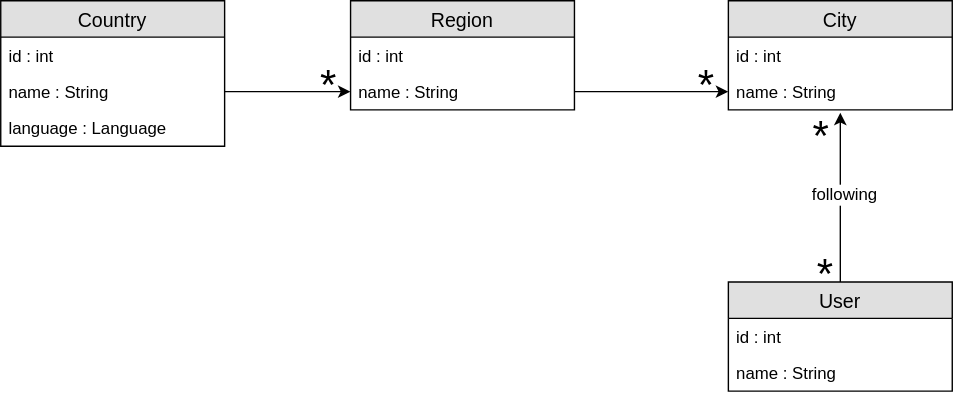
Before: formation/diagrams/renault-digital-2020-formation-java-23-24-25-mars-2020.svg, a diagram exported from draw.io (simplonco/renault-digital-2020). Source tidied: cells renumbered, new cells last; positions are measured from the earlier drawing's top-left corner, leaving out a move shared by most shapes. Its diagram source:
```xml
<mxGraphModel>
  <root>
    <mxCell id="0" />
    <mxCell id="1" parent="0" />
    <mxCell id="2" value="Country" style="swimlane;fontStyle=0;horizontal=1;startSize=26;fillColor=#e0e0e0;swimlaneFillColor=#ffffff;align=center;fontSize=14;" parent="1" vertex="1">
      <mxGeometry width="160" height="104" as="geometry" />
    </mxCell>
    <mxCell id="3" value="id : int&#10;" style="text;strokeColor=none;fillColor=none;spacingLeft=4;spacingRight=4;overflow=hidden;fontSize=12;" parent="2" vertex="1">
      <mxGeometry y="26" width="160" height="26" as="geometry" />
    </mxCell>
    <mxCell id="4" value="name : String&#10;" style="text;strokeColor=none;fillColor=none;spacingLeft=4;spacingRight=4;overflow=hidden;points=[[0,0.5],[1,0.5]];portConstraint=eastwest;fontSize=12;" parent="2" vertex="1">
      <mxGeometry y="52" width="160" height="26" as="geometry" />
    </mxCell>
    <mxCell id="5" value="language : Language&#10;" style="text;strokeColor=none;fillColor=none;spacingLeft=4;spacingRight=4;overflow=hidden;fontSize=12;" parent="2" vertex="1">
      <mxGeometry y="78" width="160" height="26" as="geometry" />
    </mxCell>
    <mxCell id="6" style="edgeStyle=orthogonalEdgeStyle;rounded=0;jettySize=auto;html=1;exitX=1;exitY=0.5;exitDx=0;exitDy=0;entryX=0;entryY=0.5;entryDx=0;entryDy=0;" parent="1" edge="1" source="4" target="12">
      <mxGeometry relative="1" as="geometry" />
    </mxCell>
    <mxCell id="7" value="&lt;div style=&quot;font-size: 30px&quot;&gt;&lt;font style=&quot;font-size: 30px&quot;&gt;*&lt;/font&gt;&lt;/div&gt;" style="text;html=1;align=center;verticalAlign=middle;labelBackgroundColor=none;" parent="6" vertex="1">
      <mxGeometry x="0.72" y="-2" relative="1" as="geometry">
        <mxPoint x="-5" y="-8" as="offset" />
      </mxGeometry>
    </mxCell>
    <mxCell id="8" value="&lt;div style=&quot;font-size: 30px&quot;&gt;&lt;font style=&quot;font-size: 30px&quot;&gt;*&lt;/font&gt;&lt;/div&gt;" style="text;html=1;align=center;verticalAlign=middle;labelBackgroundColor=none;" parent="1" vertex="1">
      <mxGeometry x="505" y="66" as="geometry">
        <mxPoint x="-2" y="-7" as="offset" />
      </mxGeometry>
    </mxCell>
    <mxCell id="9" style="edgeStyle=orthogonalEdgeStyle;rounded=0;jettySize=auto;html=1;entryX=0;entryY=0.5;entryDx=0;entryDy=0;exitX=1;exitY=0.5;exitDx=0;exitDy=0;" parent="1" edge="1" source="12" target="15">
      <mxGeometry relative="1" as="geometry" />
    </mxCell>
    <mxCell id="10" value="Region" style="swimlane;fontStyle=0;horizontal=1;startSize=26;fillColor=#e0e0e0;swimlaneFillColor=#ffffff;align=center;fontSize=14;" parent="1" vertex="1">
      <mxGeometry x="250" width="160" height="78" as="geometry" />
    </mxCell>
    <mxCell id="11" value="id : int" style="text;strokeColor=none;fillColor=none;spacingLeft=4;spacingRight=4;overflow=hidden;fontSize=12;" parent="10" vertex="1">
      <mxGeometry y="26" width="160" height="26" as="geometry" />
    </mxCell>
    <mxCell id="12" value="name : String" style="text;strokeColor=none;fillColor=none;spacingLeft=4;spacingRight=4;overflow=hidden;points=[[0,0.5],[1,0.5]];portConstraint=eastwest;fontSize=12;" parent="10" vertex="1">
      <mxGeometry y="52" width="160" height="26" as="geometry" />
    </mxCell>
    <mxCell id="13" value="City" style="swimlane;fontStyle=0;horizontal=1;startSize=26;fillColor=#e0e0e0;swimlaneFillColor=#ffffff;align=center;fontSize=14;" parent="1" vertex="1">
      <mxGeometry x="520" width="160" height="78" as="geometry" />
    </mxCell>
    <mxCell id="14" value="id : int&#10;" style="text;strokeColor=none;fillColor=none;spacingLeft=4;spacingRight=4;overflow=hidden;fontSize=12;" parent="13" vertex="1">
      <mxGeometry y="26" width="160" height="26" as="geometry" />
    </mxCell>
    <mxCell id="15" value="name : String" style="text;strokeColor=none;fillColor=none;spacingLeft=4;spacingRight=4;overflow=hidden;points=[[0,0.5],[1,0.5]];portConstraint=eastwest;fontSize=12;" parent="13" vertex="1">
      <mxGeometry y="52" width="160" height="26" as="geometry" />
    </mxCell>
    <mxCell id="16" style="edgeStyle=orthogonalEdgeStyle;rounded=0;jettySize=auto;html=1;" parent="1" edge="1" source="18">
      <mxGeometry relative="1" as="geometry">
        <mxPoint x="600" y="80" as="targetPoint" />
      </mxGeometry>
    </mxCell>
    <mxCell id="17" value="&lt;font style=&quot;font-size: 12px&quot;&gt;following&lt;/font&gt;" style="text;html=1;align=center;verticalAlign=middle;labelBackgroundColor=#ffffff;" parent="16" vertex="1">
      <mxGeometry x="0.24" y="-3" relative="1" as="geometry">
        <mxPoint x="-1" y="12" as="offset" />
      </mxGeometry>
    </mxCell>
    <mxCell id="18" value="User" style="swimlane;fontStyle=0;horizontal=1;startSize=26;fillColor=#e0e0e0;swimlaneFillColor=#ffffff;align=center;fontSize=14;" parent="1" vertex="1">
      <mxGeometry x="520" y="201" width="160" height="78" as="geometry" />
    </mxCell>
    <mxCell id="19" value="id : int&#10;" style="text;strokeColor=none;fillColor=none;spacingLeft=4;spacingRight=4;overflow=hidden;fontSize=12;" parent="18" vertex="1">
      <mxGeometry y="26" width="160" height="26" as="geometry" />
    </mxCell>
    <mxCell id="20" value="name : String" style="text;strokeColor=none;fillColor=none;spacingLeft=4;spacingRight=4;overflow=hidden;fontSize=12;" parent="18" vertex="1">
      <mxGeometry y="52" width="160" height="26" as="geometry" />
    </mxCell>
    <mxCell id="21" value="&lt;div style=&quot;font-size: 30px&quot;&gt;&lt;font style=&quot;font-size: 30px&quot;&gt;*&lt;/font&gt;&lt;/div&gt;" style="text;html=1;align=center;verticalAlign=middle;labelBackgroundColor=none;" parent="1" vertex="1">
      <mxGeometry x="587" y="102" as="geometry">
        <mxPoint x="-2" y="-7" as="offset" />
      </mxGeometry>
    </mxCell>
    <mxCell id="22" value="&lt;div style=&quot;font-size: 30px&quot;&gt;&lt;font style=&quot;font-size: 30px&quot;&gt;*&lt;/font&gt;&lt;/div&gt;" style="text;html=1;align=center;verticalAlign=middle;labelBackgroundColor=none;" parent="1" vertex="1">
      <mxGeometry x="590" y="201" as="geometry">
        <mxPoint x="-2" y="-7" as="offset" />
      </mxGeometry>
    </mxCell>
  </root>
</mxGraphModel>
```
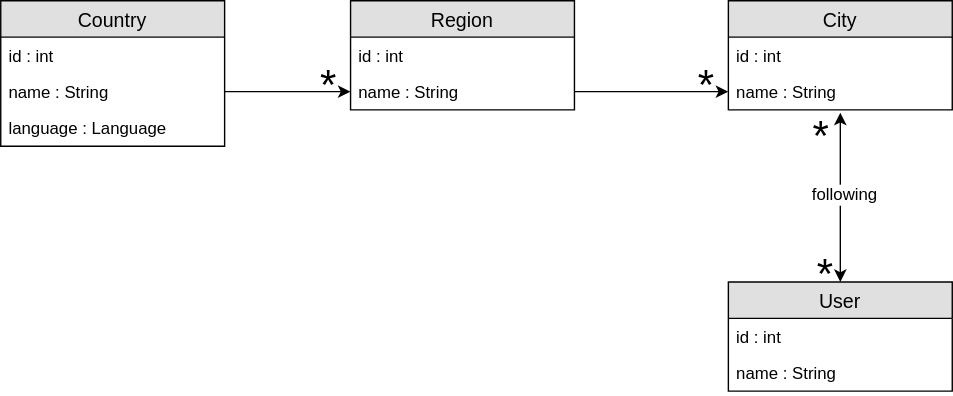
After the commit.

Change to the diagram source:
```diff
@@ -48,7 +48,7 @@
     <mxCell id="15" value="name : String" style="text;strokeColor=none;fillColor=none;spacingLeft=4;spacingRight=4;overflow=hidden;points=[[0,0.5],[1,0.5]];portConstraint=eastwest;fontSize=12;" parent="13" vertex="1">
       <mxGeometry y="52" width="160" height="26" as="geometry" />
     </mxCell>
-    <mxCell id="16" style="edgeStyle=orthogonalEdgeStyle;rounded=0;jettySize=auto;html=1;" parent="1" edge="1" source="18">
+    <mxCell id="16" style="edgeStyle=orthogonalEdgeStyle;rounded=0;jettySize=auto;html=1;startArrow=classic;startFill=1;" parent="1" edge="1" source="18">
       <mxGeometry relative="1" as="geometry">
         <mxPoint x="600" y="80" as="targetPoint" />
       </mxGeometry>
```
